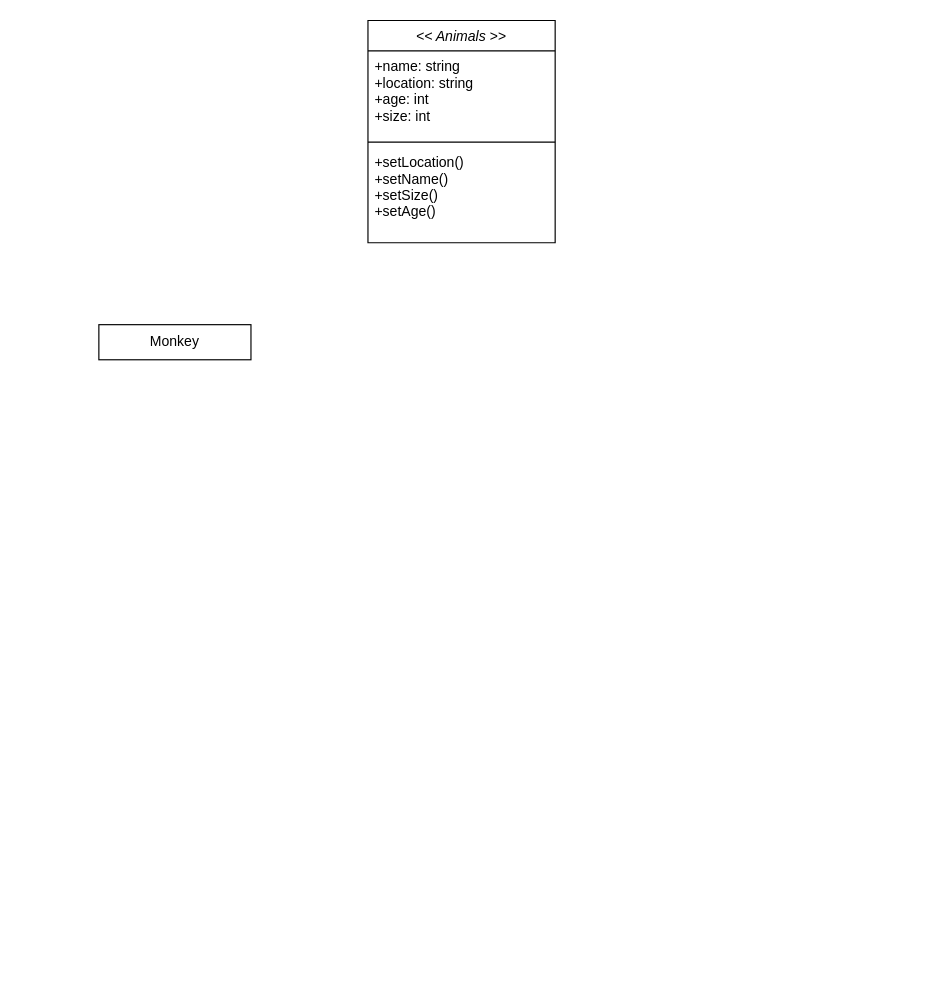
GableDauterive19/GableRepository keeps this draw.io diagram as DauteriveTermProject.drawio. Above is the earlier version. Source tidied: cells renumbered, new cells numbered last; positions are measured from the earlier drawing's top-left corner, leaving out a move shared by most shapes. Both pictures are drawn from the tidied source at 117%, with x=0, y=0 at pixel (98, 20).
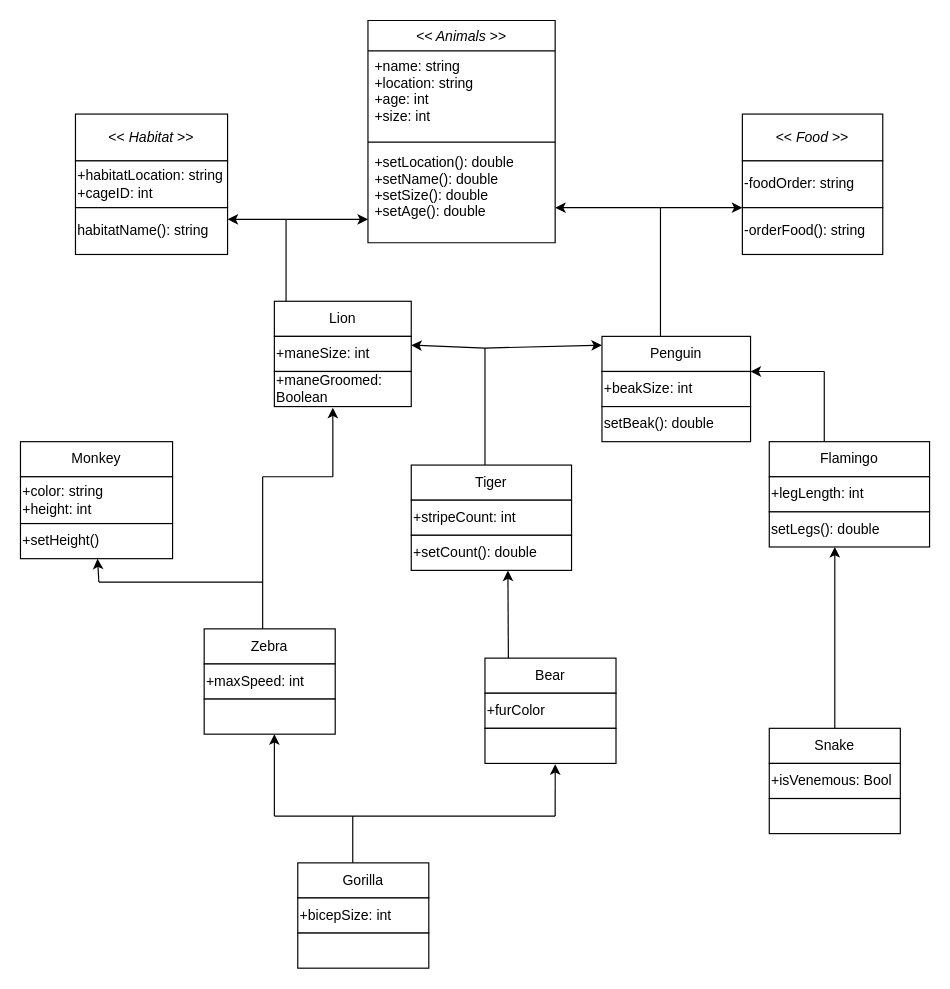
After the change.

The change refers to these unchanged cells:
```xml
<mxCell id="2" value="&lt;&lt; Animals &gt;&gt;" style="swimlane;fontStyle=2;align=center;verticalAlign=top;horizontal=1;startSize=26;rounded=0;shadow=0;strokeWidth=1;" parent="1" vertex="1">
  <mxGeometry x="230" width="160" height="190" as="geometry" />
</mxCell>
```

Diff of the diagram source:
```diff
@@
-    <mxCell id="5" value="+setLocation()&#10;+setName()&#10;+setSize()&#10;+setAge()&#10;" style="text;align=left;verticalAlign=top;spacingLeft=4;spacingRight=4;overflow=hidden;points=[[0,0.5],[1,0.5]];portConstraint=eastwest;" parent="2" vertex="1">
+    <mxCell id="5" value="+setLocation(): double&#10;+setName(): double&#10;+setSize(): double&#10;+setAge(): double &#10;" style="text;align=left;verticalAlign=top;spacingLeft=4;spacingRight=4;overflow=hidden;points=[[0,0.5],[1,0.5]];portConstraint=eastwest;" parent="2" vertex="1">
       <mxGeometry y="108" width="160" height="82" as="geometry" />
     </mxCell>
     <mxCell id="6" value="Monkey" style="rounded=0;whiteSpace=wrap;html=1;" parent="1" vertex="1">
-      <mxGeometry y="260" width="130" height="30" as="geometry" />
+      <mxGeometry x="-67" y="360" width="130" height="30" as="geometry" />
     </mxCell>
+    <mxCell id="7" value="+color: string&lt;br&gt;+height: int" style="rounded=0;whiteSpace=wrap;html=1;align=left;" parent="1" vertex="1">
+      <mxGeometry x="-67" y="390" width="130" height="40" as="geometry" />
+    </mxCell>
+    <mxCell id="8" value="+setHeight()" style="rounded=0;whiteSpace=wrap;html=1;align=left;" parent="1" vertex="1">
+      <mxGeometry x="-67" y="430" width="130" height="30" as="geometry" />
+    </mxCell>
+    <mxCell id="9" value="Lion" style="rounded=0;whiteSpace=wrap;html=1;align=center;" parent="1" vertex="1">
+      <mxGeometry x="150" y="240" width="117" height="30" as="geometry" />
+    </mxCell>
+    <mxCell id="10" value="Tiger" style="rounded=0;whiteSpace=wrap;html=1;align=center;" parent="1" vertex="1">
+      <mxGeometry x="267" y="380" width="137" height="30" as="geometry" />
+    </mxCell>
+    <mxCell id="11" value="Penguin" style="rounded=0;whiteSpace=wrap;html=1;align=center;" parent="1" vertex="1">
+      <mxGeometry x="430" y="270" width="127" height="30" as="geometry" />
+    </mxCell>
+    <mxCell id="12" value="Flamingo" style="rounded=0;whiteSpace=wrap;html=1;align=center;" parent="1" vertex="1">
+      <mxGeometry x="573" y="360" width="137" height="30" as="geometry" />
+    </mxCell>
+    <mxCell id="13" value="+maneSize: int" style="rounded=0;whiteSpace=wrap;html=1;align=left;" parent="1" vertex="1">
+      <mxGeometry x="150" y="270" width="117" height="30" as="geometry" />
+    </mxCell>
+    <mxCell id="14" value="+stripeCount: int" style="rounded=0;whiteSpace=wrap;html=1;align=left;" parent="1" vertex="1">
+      <mxGeometry x="267" y="410" width="137" height="30" as="geometry" />
+    </mxCell>
+    <mxCell id="15" value="+beakSize: int" style="rounded=0;whiteSpace=wrap;html=1;align=left;" parent="1" vertex="1">
+      <mxGeometry x="430" y="300" width="127" height="30" as="geometry" />
+    </mxCell>
+    <mxCell id="16" value="+legLength: int" style="rounded=0;whiteSpace=wrap;html=1;align=left;" parent="1" vertex="1">
+      <mxGeometry x="573" y="390" width="137" height="30" as="geometry" />
+    </mxCell>
+    <mxCell id="17" value="&amp;lt;&amp;lt; &lt;i&gt;Food&lt;/i&gt; &amp;gt;&amp;gt;" style="rounded=0;whiteSpace=wrap;html=1;align=center;" parent="1" vertex="1">
+      <mxGeometry x="550" y="80" width="120" height="40" as="geometry" />
+    </mxCell>
+    <mxCell id="18" value="&amp;lt;&amp;lt; &lt;i&gt;Habitat&lt;/i&gt; &amp;gt;&amp;gt;" style="rounded=0;whiteSpace=wrap;html=1;align=center;" parent="1" vertex="1">
+      <mxGeometry x="-20" y="80" width="130" height="40" as="geometry" />
+    </mxCell>
+    <mxCell id="19" value="-foodOrder: string&amp;nbsp;" style="rounded=0;whiteSpace=wrap;html=1;align=left;" parent="1" vertex="1">
+      <mxGeometry x="550" y="120" width="120" height="40" as="geometry" />
+    </mxCell>
+    <mxCell id="20" value="-orderFood(): string" style="rounded=0;whiteSpace=wrap;html=1;align=left;" parent="1" vertex="1">
+      <mxGeometry x="550" y="160" width="120" height="40" as="geometry" />
+    </mxCell>
+    <mxCell id="21" value="+habitatLocation: string&lt;br&gt;+cageID: int" style="rounded=0;whiteSpace=wrap;html=1;align=left;" parent="1" vertex="1">
+      <mxGeometry x="-20" y="120" width="130" height="40" as="geometry" />
+    </mxCell>
+    <mxCell id="22" value="habitatName(): string&lt;br&gt;" style="rounded=0;whiteSpace=wrap;html=1;align=left;" parent="1" vertex="1">
+      <mxGeometry x="-20" y="160" width="130" height="40" as="geometry" />
+    </mxCell>
+    <mxCell id="23" value="+maneGroomed: Boolean" style="rounded=0;whiteSpace=wrap;html=1;align=left;" parent="1" vertex="1">
+      <mxGeometry x="150" y="300" width="117" height="30" as="geometry" />
+    </mxCell>
+    <mxCell id="24" value="+setCount(): double" style="rounded=0;whiteSpace=wrap;html=1;align=left;" parent="1" vertex="1">
+      <mxGeometry x="267" y="440" width="137" height="30" as="geometry" />
+    </mxCell>
+    <mxCell id="25" value="setBeak(): double" style="rounded=0;whiteSpace=wrap;html=1;align=left;" parent="1" vertex="1">
+      <mxGeometry x="430" y="330" width="127" height="30" as="geometry" />
+    </mxCell>
+    <mxCell id="26" value="setLegs(): double" style="rounded=0;whiteSpace=wrap;html=1;align=left;" parent="1" vertex="1">
+      <mxGeometry x="573" y="420" width="137" height="30" as="geometry" />
+    </mxCell>
+    <mxCell id="27" value="Zebra" style="rounded=0;whiteSpace=wrap;html=1;align=center;" parent="1" vertex="1">
+      <mxGeometry x="90" y="520" width="112" height="30" as="geometry" />
+    </mxCell>
+    <mxCell id="28" value="+maxSpeed: int" style="rounded=0;whiteSpace=wrap;html=1;align=left;" parent="1" vertex="1">
+      <mxGeometry x="90" y="550" width="112" height="30" as="geometry" />
+    </mxCell>
+    <mxCell id="29" style="rounded=0;whiteSpace=wrap;html=1;align=left;" parent="1" vertex="1">
+      <mxGeometry x="90" y="580" width="112" height="30" as="geometry" />
+    </mxCell>
+    <mxCell id="30" value="Gorilla" style="rounded=0;whiteSpace=wrap;html=1;align=center;" parent="1" vertex="1">
+      <mxGeometry x="170" y="720" width="112" height="30" as="geometry" />
+    </mxCell>
+    <mxCell id="31" value="+bicepSize: int" style="rounded=0;whiteSpace=wrap;html=1;align=left;" parent="1" vertex="1">
+      <mxGeometry x="170" y="750" width="112" height="30" as="geometry" />
+    </mxCell>
+    <mxCell id="32" style="rounded=0;whiteSpace=wrap;html=1;align=left;" parent="1" vertex="1">
+      <mxGeometry x="170" y="780" width="112" height="30" as="geometry" />
+    </mxCell>
+    <mxCell id="33" value="Snake" style="rounded=0;whiteSpace=wrap;html=1;align=center;" parent="1" vertex="1">
+      <mxGeometry x="573" y="605" width="112" height="30" as="geometry" />
+    </mxCell>
+    <mxCell id="34" value="+isVenemous: Bool" style="rounded=0;whiteSpace=wrap;html=1;align=left;" parent="1" vertex="1">
+      <mxGeometry x="573" y="635" width="112" height="30" as="geometry" />
+    </mxCell>
+    <mxCell id="35" style="rounded=0;whiteSpace=wrap;html=1;align=left;" parent="1" vertex="1">
+      <mxGeometry x="573" y="665" width="112" height="30" as="geometry" />
+    </mxCell>
+    <mxCell id="36" value="Bear" style="rounded=0;whiteSpace=wrap;html=1;align=center;" parent="1" vertex="1">
+      <mxGeometry x="330" y="545" width="112" height="30" as="geometry" />
+    </mxCell>
+    <mxCell id="37" value="+furColor" style="rounded=0;whiteSpace=wrap;html=1;align=left;" parent="1" vertex="1">
+      <mxGeometry x="330" y="575" width="112" height="30" as="geometry" />
+    </mxCell>
+    <mxCell id="38" style="rounded=0;whiteSpace=wrap;html=1;align=left;" parent="1" vertex="1">
+      <mxGeometry x="330" y="605" width="112" height="30" as="geometry" />
+    </mxCell>
+    <mxCell id="39" style="endArrow=none;html=1;rounded=0;" parent="1" edge="1">
+      <mxGeometry relative="1" as="geometry">
+        <mxPoint x="217" y="720" as="sourcePoint" />
+        <mxPoint x="217" y="680" as="targetPoint" />
+      </mxGeometry>
+    </mxCell>
+    <mxCell id="40" style="endArrow=none;html=1;rounded=0;" parent="1" edge="1">
+      <mxGeometry relative="1" as="geometry">
+        <mxPoint x="217" y="680" as="sourcePoint" />
+        <mxPoint x="390" y="680" as="targetPoint" />
+      </mxGeometry>
+    </mxCell>
+    <mxCell id="41" style="endArrow=classic;html=1;rounded=0;entryX=0.536;entryY=1.021;entryDx=0;entryDy=0;entryPerimeter=0;" parent="1" edge="1" target="38">
+      <mxGeometry relative="1" as="geometry">
+        <mxPoint x="390" y="680" as="sourcePoint" />
+      </mxGeometry>
+    </mxCell>
+    <mxCell id="42" style="endArrow=none;html=1;rounded=0;" parent="1" edge="1">
+      <mxGeometry relative="1" as="geometry">
+        <mxPoint x="217" y="680" as="sourcePoint" />
+        <mxPoint x="150" y="680" as="targetPoint" />
+      </mxGeometry>
+    </mxCell>
+    <mxCell id="43" style="endArrow=classic;html=1;rounded=0;" parent="1" edge="1">
+      <mxGeometry relative="1" as="geometry">
+        <mxPoint x="150" y="680" as="sourcePoint" />
+        <mxPoint x="150" y="610" as="targetPoint" />
+      </mxGeometry>
+    </mxCell>
+    <mxCell id="44" style="endArrow=none;html=1;rounded=0;" parent="1" edge="1">
+      <mxGeometry relative="1" as="geometry">
+        <mxPoint x="140" y="520" as="sourcePoint" />
+        <mxPoint x="140" y="480" as="targetPoint" />
+      </mxGeometry>
+    </mxCell>
+    <mxCell id="45" style="endArrow=none;html=1;rounded=0;" parent="1" edge="1">
+      <mxGeometry relative="1" as="geometry">
+        <mxPoint x="140" y="480" as="sourcePoint" />
+        <mxPoint y="480" as="targetPoint" />
+      </mxGeometry>
+    </mxCell>
+    <mxCell id="46" style="endArrow=classic;html=1;rounded=0;" parent="1" edge="1" target="8">
+      <mxGeometry relative="1" as="geometry">
+        <mxPoint y="480" as="sourcePoint" />
+      </mxGeometry>
+    </mxCell>
+    <mxCell id="47" style="endArrow=none;html=1;rounded=0;" parent="1" edge="1">
+      <mxGeometry relative="1" as="geometry">
+        <mxPoint x="140" y="480" as="sourcePoint" />
+        <mxPoint x="140" y="390" as="targetPoint" />
+      </mxGeometry>
+    </mxCell>
+    <mxCell id="48" style="endArrow=none;html=1;rounded=0;" parent="1" edge="1">
+      <mxGeometry relative="1" as="geometry">
+        <mxPoint x="140" y="390" as="sourcePoint" />
+        <mxPoint x="200" y="390" as="targetPoint" />
+      </mxGeometry>
+    </mxCell>
+    <mxCell id="49" style="endArrow=classic;html=1;rounded=0;entryX=0.427;entryY=1.033;entryDx=0;entryDy=0;entryPerimeter=0;" parent="1" edge="1" target="23">
+      <mxGeometry relative="1" as="geometry">
+        <mxPoint x="200" y="390" as="sourcePoint" />
+      </mxGeometry>
+    </mxCell>
+    <mxCell id="50" style="endArrow=classic;html=1;rounded=0;entryX=0.603;entryY=1.005;entryDx=0;entryDy=0;entryPerimeter=0;" parent="1" edge="1" target="24">
+      <mxGeometry relative="1" as="geometry">
+        <mxPoint x="350" y="545" as="sourcePoint" />
+      </mxGeometry>
+    </mxCell>
+    <mxCell id="51" style="endArrow=classic;html=1;rounded=0;exitX=0.5;exitY=0;exitDx=0;exitDy=0;" parent="1" edge="1" source="33">
+      <mxGeometry relative="1" as="geometry">
+        <mxPoint x="629" y="450" as="targetPoint" />
+      </mxGeometry>
+    </mxCell>
+    <mxCell id="52" style="edgeStyle=none;rounded=0;orthogonalLoop=1;jettySize=auto;html=1;entryX=0.5;entryY=0;entryDx=0;entryDy=0;" parent="1" edge="1" source="33" target="33">
+      <mxGeometry relative="1" as="geometry" />
+    </mxCell>
+    <mxCell id="53" style="endArrow=none;html=1;rounded=0;" parent="1" edge="1">
+      <mxGeometry relative="1" as="geometry">
+        <mxPoint x="620" y="360" as="sourcePoint" />
+        <mxPoint x="620" y="300" as="targetPoint" />
+      </mxGeometry>
+    </mxCell>
+    <mxCell id="54" style="endArrow=classic;html=1;rounded=0;entryX=1;entryY=0;entryDx=0;entryDy=0;" parent="1" edge="1" target="15">
+      <mxGeometry relative="1" as="geometry">
+        <mxPoint x="620" y="300" as="sourcePoint" />
+      </mxGeometry>
+    </mxCell>
+    <mxCell id="55" style="endArrow=none;html=1;rounded=0;" parent="1" edge="1">
+      <mxGeometry relative="1" as="geometry">
+        <mxPoint x="480" y="270" as="sourcePoint" />
+        <mxPoint x="480" y="160" as="targetPoint" />
+      </mxGeometry>
+    </mxCell>
+    <mxCell id="56" style="endArrow=classic;html=1;rounded=0;entryX=0;entryY=0;entryDx=0;entryDy=0;" parent="1" edge="1" target="20">
+      <mxGeometry relative="1" as="geometry">
+        <mxPoint x="480" y="160" as="sourcePoint" />
+      </mxGeometry>
+    </mxCell>
+    <mxCell id="57" style="endArrow=classic;html=1;rounded=0;entryX=1;entryY=0.634;entryDx=0;entryDy=0;entryPerimeter=0;" parent="1" edge="1" target="5">
+      <mxGeometry relative="1" as="geometry">
+        <mxPoint x="480" y="160" as="sourcePoint" />
+      </mxGeometry>
+    </mxCell>
+    <mxCell id="58" style="endArrow=none;html=1;rounded=0;" parent="1" edge="1">
+      <mxGeometry relative="1" as="geometry">
+        <mxPoint x="330" y="380" as="sourcePoint" />
+        <mxPoint x="330" y="280" as="targetPoint" />
+      </mxGeometry>
+    </mxCell>
+    <mxCell id="59" style="endArrow=classic;html=1;rounded=0;entryX=0;entryY=0.25;entryDx=0;entryDy=0;" parent="1" edge="1" target="11">
+      <mxGeometry relative="1" as="geometry">
+        <mxPoint x="330" y="280" as="sourcePoint" />
+      </mxGeometry>
+    </mxCell>
+    <mxCell id="60" style="endArrow=classic;html=1;rounded=0;entryX=1;entryY=0.25;entryDx=0;entryDy=0;" parent="1" edge="1" target="13">
+      <mxGeometry relative="1" as="geometry">
+        <mxPoint x="330" y="280" as="sourcePoint" />
+      </mxGeometry>
+    </mxCell>
+    <mxCell id="61" style="endArrow=none;html=1;rounded=0;" parent="1" edge="1">
+      <mxGeometry relative="1" as="geometry">
+        <mxPoint x="160" y="240" as="sourcePoint" />
+        <mxPoint x="160" y="170" as="targetPoint" />
+      </mxGeometry>
+    </mxCell>
+    <mxCell id="62" style="endArrow=classic;html=1;rounded=0;entryX=0;entryY=0.756;entryDx=0;entryDy=0;entryPerimeter=0;" parent="1" edge="1" target="5">
+      <mxGeometry relative="1" as="geometry">
+        <mxPoint x="160" y="170" as="sourcePoint" />
+      </mxGeometry>
+    </mxCell>
+    <mxCell id="63" style="endArrow=classic;html=1;rounded=0;entryX=1;entryY=0.25;entryDx=0;entryDy=0;" parent="1" edge="1" target="22">
+      <mxGeometry relative="1" as="geometry">
+        <mxPoint x="160" y="170" as="sourcePoint" />
+      </mxGeometry>
+    </mxCell>
```
